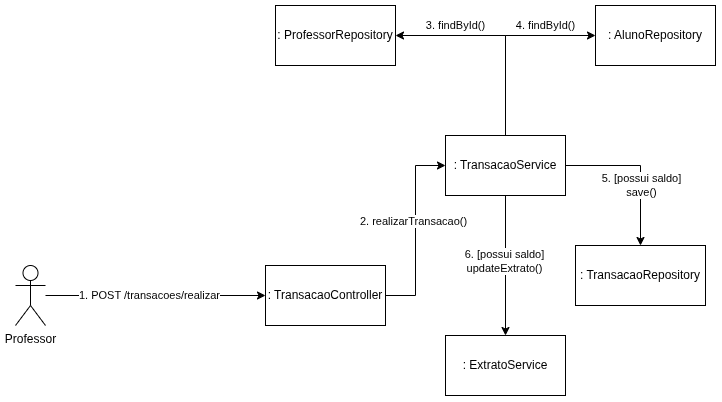
The draw.io diagram project/img/comm-envio-moedas.drawio.png in hegdt/lds-3, before a commit. Source tidied: cells renumbered, new cells last; positions are measured from the earlier drawing's top-left corner, leaving out a move shared by most shapes.
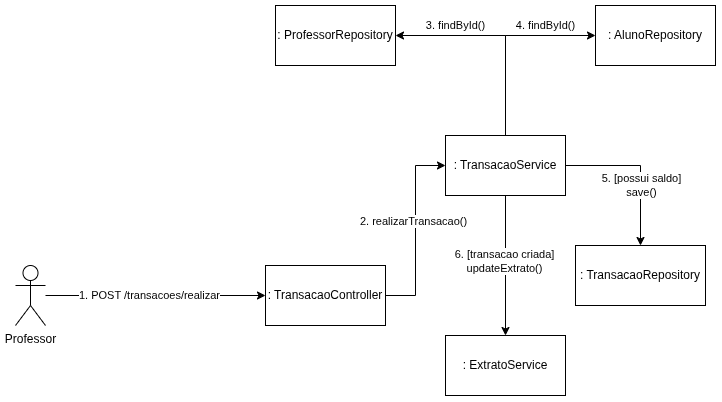
The same file after the commit.

Commit message:
update envio moedas

The edit, as a diff of the source:
```diff
@@ -49,9 +49,9 @@
     <mxCell id="14" style="edgeStyle=orthogonalEdgeStyle;rounded=0;jettySize=auto;html=1;entryX=0.5;entryY=0;entryDx=0;entryDy=0;" parent="1" edge="1" source="16" target="19">
       <mxGeometry relative="1" as="geometry" />
     </mxCell>
-    <mxCell id="15" value="6. [possui saldo]&lt;div&gt;updateExtrato()&lt;/div&gt;" style="edgeLabel;html=1;align=center;verticalAlign=middle;" parent="14" vertex="1">
-      <mxGeometry x="-0.05" y="-1" relative="1" as="geometry" />
-    </mxCell>
+    <mxCell id="21" value="6. [transacao criada]&lt;div&gt;updateExtrato()&lt;/div&gt;" style="edgeLabel;html=1;align=center;verticalAlign=middle;" parent="14" vertex="1">
+      <mxGeometry x="-0.05" y="-1" relative="1" as="geometry" />
+    </mxCell>
     <mxCell id="16" value=": TransacaoService" style="rounded=0;whiteSpace=wrap;html=1;" parent="1" vertex="1">
       <mxGeometry x="430" y="130" width="120" height="60" as="geometry" />
     </mxCell>
```
